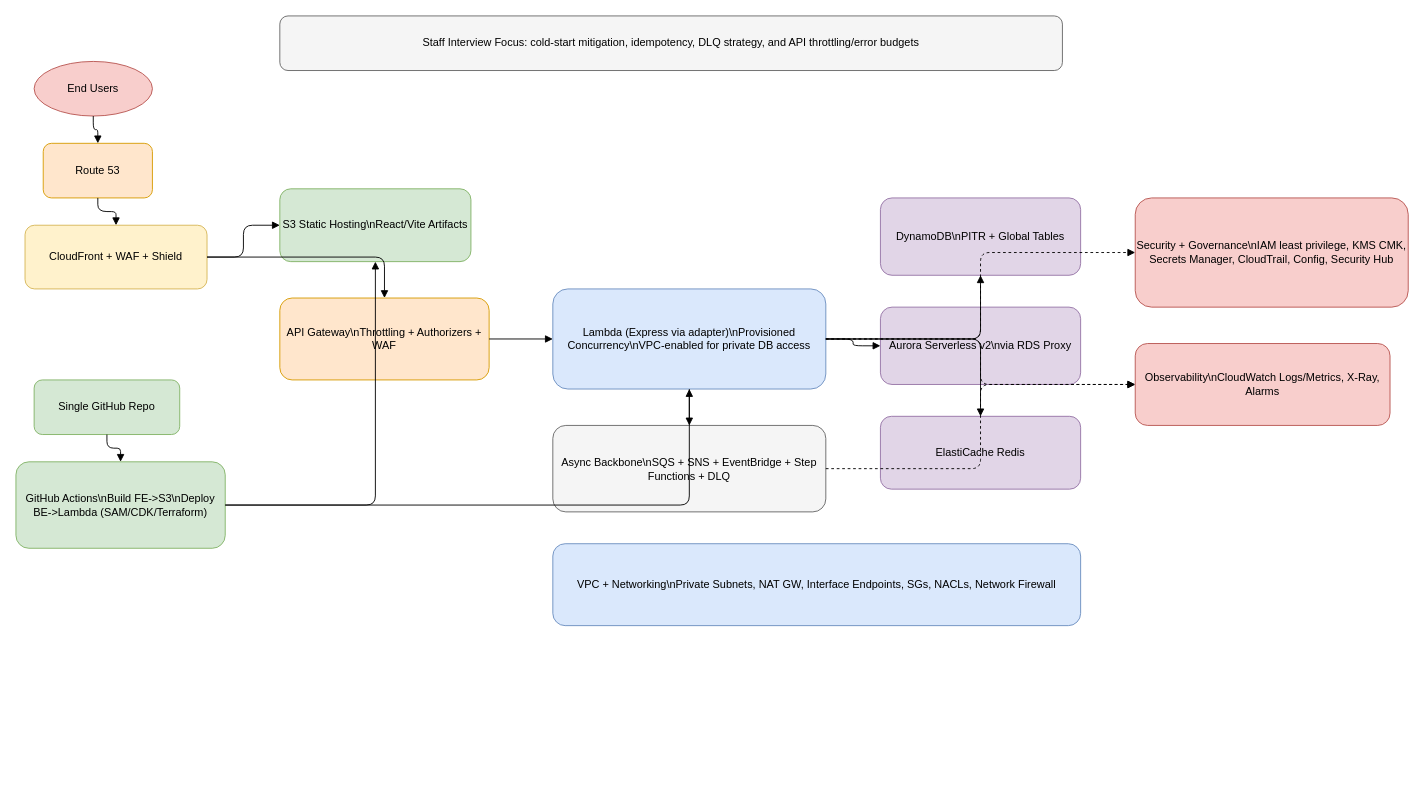
dhananjay8/leetcode keeps this draw.io diagram as diagrams/drawio/aws-serverless-lambda.drawio. Above is the earlier version. Source tidied: cells renumbered, new cells numbered last; positions are measured from the earlier drawing's top-left corner, leaving out a move shared by most shapes. Both pictures are drawn from the tidied source at 91%, with x=0, y=0 at pixel (15, 15).
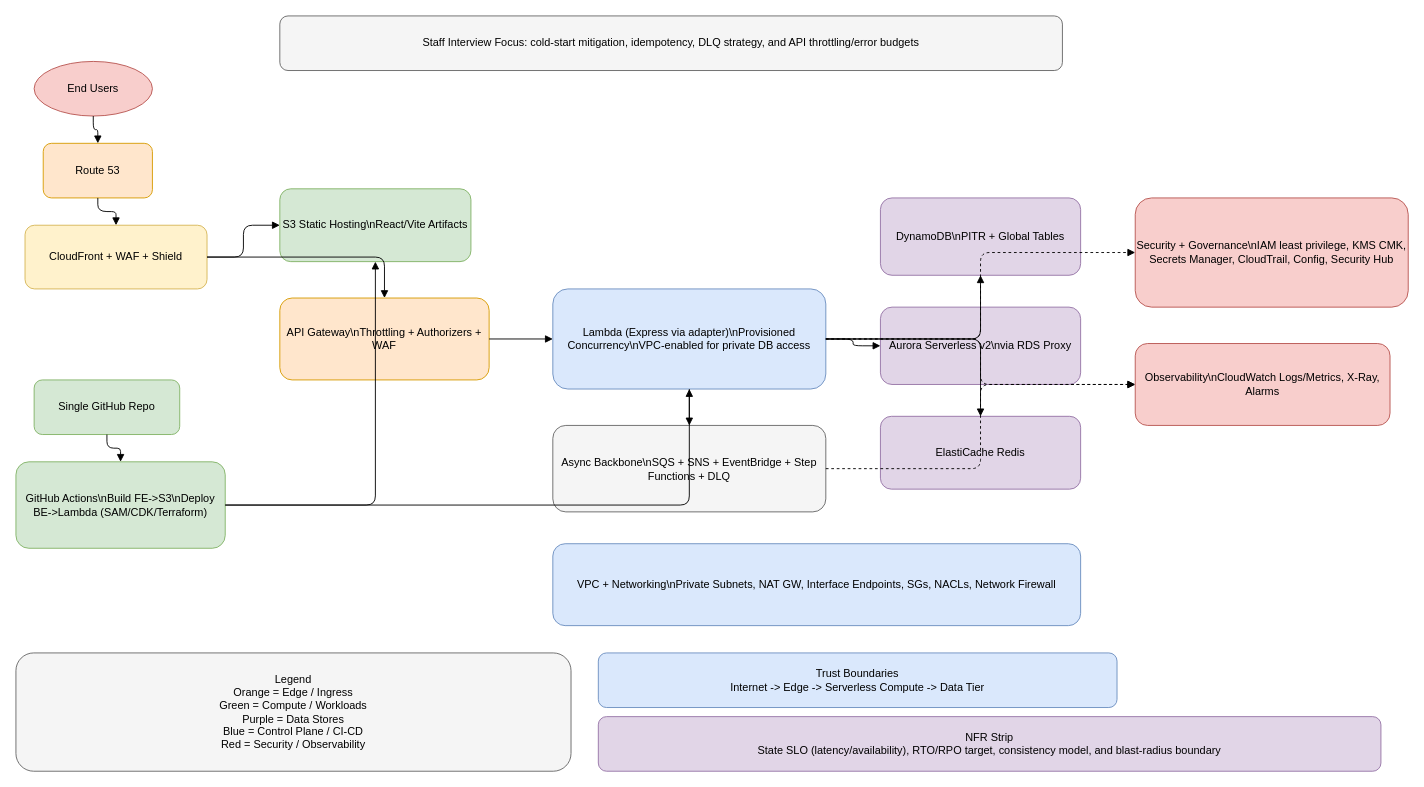
The same diagram, later.

The edit, as a diff of the source:
```diff
@@
+    <mxCell id="33" value="Legend&#10;Orange = Edge / Ingress&#10;Green = Compute / Workloads&#10;Purple = Data Stores&#10;Blue = Control Plane / CI-CD&#10;Red = Security / Observability" style="rounded=1;whiteSpace=wrap;html=1;strokeColor=#666666;fillColor=#f5f5f5;" parent="1" vertex="1">
+      <mxGeometry y="700" width="610" height="130" as="geometry" />
+    </mxCell>
+    <mxCell id="34" value="Trust Boundaries&#10;Internet -&gt; Edge -&gt; Serverless Compute -&gt; Data Tier" style="rounded=1;whiteSpace=wrap;html=1;strokeColor=#6c8ebf;fillColor=#dae8fc;" parent="1" vertex="1">
+      <mxGeometry x="640" y="700" width="570" height="60" as="geometry" />
+    </mxCell>
+    <mxCell id="35" value="NFR Strip&#10;State SLO (latency/availability), RTO/RPO target, consistency model, and blast-radius boundary" style="rounded=1;whiteSpace=wrap;html=1;strokeColor=#9673a6;fillColor=#e1d5e7;" parent="1" vertex="1">
+      <mxGeometry x="640" y="770" width="860" height="60" as="geometry" />
+    </mxCell>
```
